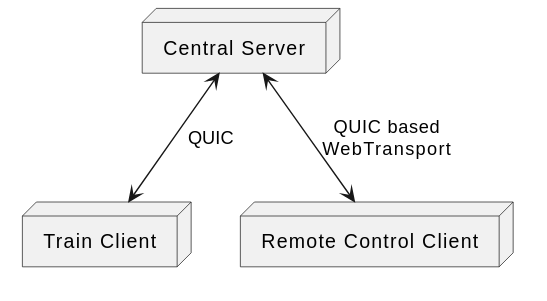
Above: graphics/System_Architecture_Overview.svg in RajibTheKing/tcrs26 (PlantUML), before the change.
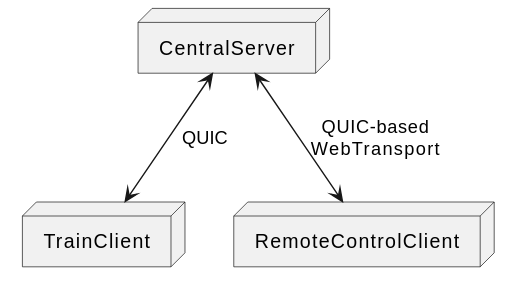
Later version of the same file.

What changed in the source:
```diff
@@ -1,11 +1,9 @@
 @startuml
-top to bottom direction
+node "CentralServer" as S
 
-node "Central Server" as S
-
-node "Train Client" as TC
-node "Remote Control Client" as RCC
+node "TrainClient" as TC
+node "RemoteControlClient" as RCC
 
 S <--> TC : QUIC
-S <--> RCC : QUIC based\nWebTransport
+S <--> RCC : QUIC-based\nWebTransport
 @enduml
```
